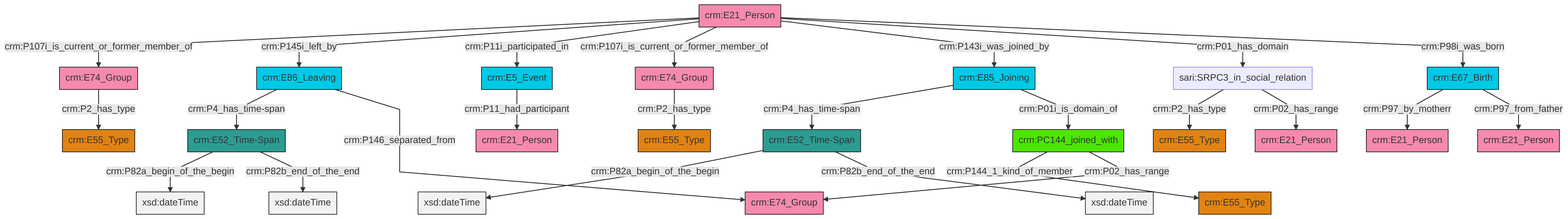
Earlier version of the Mermaid export et/personCSV/ttl/mmd/png/Person_Actor_Relations.png (swiss-art-research-net/docs.swissartresearch). Its source is kept beside it as et/personCSV/ttl/mmd/Person_Actor_Relations.ttl.mmd.
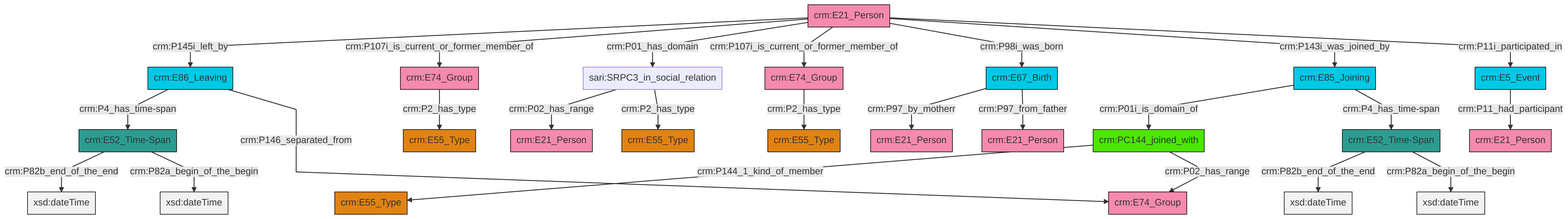
Above is the later version.

Change to the diagram source:
```diff
@@ -13,27 +13,27 @@
 classDef PC_Classes fill:#4ce600, stroke:#000000;
 classDef Multi fill:#cccccc,stroke:#000000;
 
-2["crm:E86_Leaving"]:::Temporal_Entity -->|crm:P4_has_time-span| 3["crm:E52_Time-Span"]:::Time-Span
-6["crm:E21_Person"]:::Actor -->|crm:P107i_is_current_or_former_member_of| 7["crm:E74_Group"]:::Actor
-8["crm:E52_Time-Span"]:::Time-Span -->|crm:P82a_begin_of_the_begin| 9[xsd:dateTime]:::Literal
-6["crm:E21_Person"]:::Actor -->|crm:P145i_left_by| 2["crm:E86_Leaving"]:::Temporal_Entity
-3["crm:E52_Time-Span"]:::Time-Span -->|crm:P82a_begin_of_the_begin| 11[xsd:dateTime]:::Literal
-6["crm:E21_Person"]:::Actor -->|crm:P11i_participated_in| 12["crm:E5_Event"]:::Temporal_Entity
-2["crm:E86_Leaving"]:::Temporal_Entity -->|crm:P146_separated_from| 18["crm:E74_Group"]:::Actor
-6["crm:E21_Person"]:::Actor -->|crm:P107i_is_current_or_former_member_of| 13["crm:E74_Group"]:::Actor
-6["crm:E21_Person"]:::Actor -->|crm:P143i_was_joined_by| 16["crm:E85_Joining"]:::Temporal_Entity
-13["crm:E74_Group"]:::Actor -->|crm:P2_has_type| 22["crm:E55_Type"]:::Type
-27["crm:E67_Birth"]:::Temporal_Entity -->|crm:P97_by_motherr| 24["crm:E21_Person"]:::Actor
-29["crm:PC144_joined_with"]:::PC_Classes -->|crm:P144_1_kind_of_member| 31["crm:E55_Type"]:::Type
-12["crm:E5_Event"]:::Temporal_Entity -->|crm:P11_had_participant| 20["crm:E21_Person"]:::Actor
-6["crm:E21_Person"]:::Actor -->|crm:P01_has_domain| 0["sari:SRPC3_in_social_relation"]:::Default
-8["crm:E52_Time-Span"]:::Time-Span -->|crm:P82b_end_of_the_end| 32[xsd:dateTime]:::Literal
-27["crm:E67_Birth"]:::Temporal_Entity -->|crm:P97_from_father| 33["crm:E21_Person"]:::Actor
-16["crm:E85_Joining"]:::Temporal_Entity -->|crm:P4_has_time-span| 8["crm:E52_Time-Span"]:::Time-Span
-7["crm:E74_Group"]:::Actor -->|crm:P2_has_type| 4["crm:E55_Type"]:::Type
-29["crm:PC144_joined_with"]:::PC_Classes -->|crm:P02_has_range| 18["crm:E74_Group"]:::Actor
-0["sari:SRPC3_in_social_relation"]:::Default -->|crm:P2_has_type| 37["crm:E55_Type"]:::Type
-0["sari:SRPC3_in_social_relation"]:::Default -->|crm:P02_has_range| 42["crm:E21_Person"]:::Actor
-16["crm:E85_Joining"]:::Temporal_Entity -->|crm:P01i_is_domain_of| 29["crm:PC144_joined_with"]:::PC_Classes
-3["crm:E52_Time-Span"]:::Time-Span -->|crm:P82b_end_of_the_end| 45[xsd:dateTime]:::Literal
-6["crm:E21_Person"]:::Actor -->|crm:P98i_was_born| 27["crm:E67_Birth"]:::Temporal_Entity
+2["crm:E21_Person"]:::Actor -->|crm:P145i_left_by| 3["crm:E86_Leaving"]:::Temporal_Entity
+6["crm:PC144_joined_with"]:::PC_Classes -->|crm:P144_1_kind_of_member| 7["crm:E55_Type"]:::Type
+12["crm:E74_Group"]:::Actor -->|crm:P2_has_type| 8["crm:E55_Type"]:::Type
+13["crm:E74_Group"]:::Actor -->|crm:P2_has_type| 14["crm:E55_Type"]:::Type
+10["crm:E85_Joining"]:::Temporal_Entity -->|crm:P01i_is_domain_of| 6["crm:PC144_joined_with"]:::PC_Classes
+4["crm:E52_Time-Span"]:::Time-Span -->|crm:P82b_end_of_the_end| 16[xsd:dateTime]:::Literal
+2["crm:E21_Person"]:::Actor -->|crm:P107i_is_current_or_former_member_of| 12["crm:E74_Group"]:::Actor
+2["crm:E21_Person"]:::Actor -->|crm:P01_has_domain| 20["sari:SRPC3_in_social_relation"]:::Default
+18["crm:E52_Time-Span"]:::Time-Span -->|crm:P82b_end_of_the_end| 21[xsd:dateTime]:::Literal
+25["crm:E5_Event"]:::Temporal_Entity -->|crm:P11_had_participant| 26["crm:E21_Person"]:::Actor
+0["crm:E67_Birth"]:::Temporal_Entity -->|crm:P97_by_motherr| 27["crm:E21_Person"]:::Actor
+0["crm:E67_Birth"]:::Temporal_Entity -->|crm:P97_from_father| 22["crm:E21_Person"]:::Actor
+18["crm:E52_Time-Span"]:::Time-Span -->|crm:P82a_begin_of_the_begin| 28[xsd:dateTime]:::Literal
+10["crm:E85_Joining"]:::Temporal_Entity -->|crm:P4_has_time-span| 4["crm:E52_Time-Span"]:::Time-Span
+2["crm:E21_Person"]:::Actor -->|crm:P107i_is_current_or_former_member_of| 13["crm:E74_Group"]:::Actor
+3["crm:E86_Leaving"]:::Temporal_Entity -->|crm:P4_has_time-span| 18["crm:E52_Time-Span"]:::Time-Span
+4["crm:E52_Time-Span"]:::Time-Span -->|crm:P82a_begin_of_the_begin| 32[xsd:dateTime]:::Literal
+2["crm:E21_Person"]:::Actor -->|crm:P98i_was_born| 0["crm:E67_Birth"]:::Temporal_Entity
+2["crm:E21_Person"]:::Actor -->|crm:P143i_was_joined_by| 10["crm:E85_Joining"]:::Temporal_Entity
+20["sari:SRPC3_in_social_relation"]:::Default -->|crm:P02_has_range| 33["crm:E21_Person"]:::Actor
+6["crm:PC144_joined_with"]:::PC_Classes -->|crm:P02_has_range| 29["crm:E74_Group"]:::Actor
+2["crm:E21_Person"]:::Actor -->|crm:P11i_participated_in| 25["crm:E5_Event"]:::Temporal_Entity
+3["crm:E86_Leaving"]:::Temporal_Entity -->|crm:P146_separated_from| 29["crm:E74_Group"]:::Actor
+20["sari:SRPC3_in_social_relation"]:::Default -->|crm:P2_has_type| 36["crm:E55_Type"]:::Type
```
